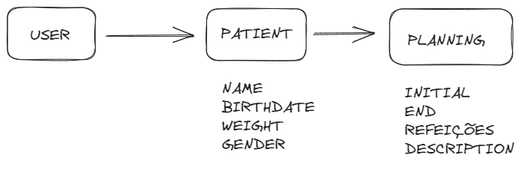
Before: draw.excalidraw.png, a diagram exported from Excalidraw (vitorrsousaa/nutri-api). Source tidied: one line per element, renumbered; positions are measured from the earlier drawing's top-left corner, leaving out a move shared by most shapes. Its diagram source:
```json
{"id": 0, "type": "rectangle", "strokeColor": "#1e1e1e", "strokeWidth": 1, "roughness": 1, "round": true, "x": 0, "y": 0, "width": 118, "height": 70}
{"id": 1, "type": "text", "text": "USER", "strokeColor": "#1e1e1e", "strokeWidth": 1, "roughness": 1, "fontSize": 20, "fontFamily": 1, "x": 30, "y": 26, "width": 53, "height": 25}
{"id": 2, "type": "arrow", "strokeColor": "#1e1e1e", "strokeWidth": 1, "roughness": 1, "endArrowhead": "arrow", "round": true, "from": 0, "x": 132, "y": 38, "width": 118, "height": 1, "points": [[0, 0], [118, 1]]}
{"id": 3, "type": "rectangle", "strokeColor": "#1e1e1e", "strokeWidth": 1, "roughness": 1, "round": true, "x": 266, "y": 2, "width": 133, "height": 69}
{"id": 4, "type": "text", "text": "PATIENT", "strokeColor": "#1e1e1e", "strokeWidth": 1, "roughness": 1, "fontSize": 20, "fontFamily": 1, "x": 286, "y": 24, "width": 96, "height": 25}
{"id": 5, "type": "rectangle", "strokeColor": "#1e1e1e", "strokeWidth": 1, "roughness": 1, "round": true, "x": 511, "y": 2, "width": 164, "height": 75}
{"id": 6, "type": "text", "text": "PLANNING", "strokeColor": "#1e1e1e", "strokeWidth": 1, "roughness": 1, "fontSize": 20, "fontFamily": 1, "x": 535, "y": 33, "width": 104, "height": 25}
{"id": 7, "type": "arrow", "strokeColor": "#1e1e1e", "strokeWidth": 1, "roughness": 1, "endArrowhead": "arrow", "round": true, "from": 3, "x": 410, "y": 35, "width": 80, "height": 2, "points": [[0, 0], [80, -2]]}
{"id": 8, "type": "text", "text": "NAME\nBIRTHDATE\nWEIGHT\nGENDER\n", "strokeColor": "#1e1e1e", "strokeWidth": 1, "roughness": 1, "fontSize": 20, "fontFamily": 1, "x": 287, "y": 97, "width": 124, "height": 125}
{"id": 9, "type": "text", "text": "INITIAL\nEND\nREFEIÇÕES\nDESCRIPTION\n", "strokeColor": "#1e1e1e", "strokeWidth": 1, "roughness": 1, "fontSize": 20, "fontFamily": 1, "x": 532, "y": 103, "width": 146, "height": 125}
```
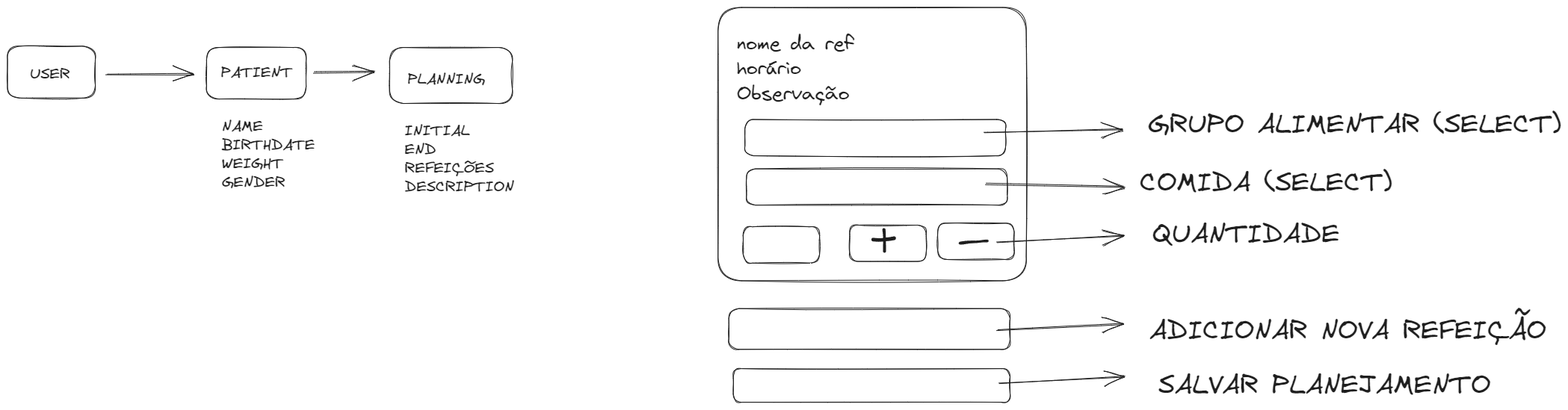
Later version of the same file.

Diff of the diagram source:
```diff
@@ -8,3 +8,25 @@
 {"id": 7, "type": "arrow", "strokeColor": "#1e1e1e", "strokeWidth": 1, "roughness": 1, "endArrowhead": "arrow", "round": true, "from": 3, "x": 410, "y": 35, "width": 80, "height": 2, "points": [[0, 0], [80, -2]]}
 {"id": 8, "type": "text", "text": "NAME\nBIRTHDATE\nWEIGHT\nGENDER\n", "strokeColor": "#1e1e1e", "strokeWidth": 1, "roughness": 1, "fontSize": 20, "fontFamily": 1, "x": 287, "y": 97, "width": 124, "height": 125}
 {"id": 9, "type": "text", "text": "INITIAL\nEND\nREFEIÇÕES\nDESCRIPTION\n", "strokeColor": "#1e1e1e", "strokeWidth": 1, "roughness": 1, "fontSize": 20, "fontFamily": 1, "x": 532, "y": 103, "width": 146, "height": 125}
+{"id": 10, "type": "rectangle", "strokeColor": "#1e1e1e", "strokeWidth": 1, "roughness": 1, "round": true, "x": 951, "y": -52, "width": 412, "height": 366}
+{"id": 11, "type": "text", "text": "nome da ref\nhorário\nObservação", "strokeColor": "#1e1e1e", "strokeWidth": 1, "roughness": 1, "fontSize": 26.56, "fontFamily": 1, "x": 976, "y": -18, "width": 157, "height": 100}
+{"id": 12, "type": "rectangle", "strokeColor": "#1e1e1e", "strokeWidth": 1, "roughness": 1, "round": true, "x": 987, "y": 98, "width": 349, "height": 49}
+{"id": 13, "type": "rectangle", "strokeColor": "#1e1e1e", "strokeWidth": 1, "roughness": 1, "round": true, "x": 989, "y": 164, "width": 349, "height": 49}
+{"id": 14, "type": "rectangle", "strokeColor": "#1e1e1e", "strokeWidth": 1, "roughness": 1, "round": true, "x": 984, "y": 242, "width": 102, "height": 49}
+{"id": 15, "type": "rectangle", "strokeColor": "#1e1e1e", "strokeWidth": 1, "roughness": 1, "round": true, "x": 1127, "y": 240, "width": 102, "height": 49}
+{"id": 16, "type": "rectangle", "strokeColor": "#1e1e1e", "strokeWidth": 1, "roughness": 1, "round": true, "x": 1245, "y": 237, "width": 102, "height": 49}
+{"id": 17, "type": "freedraw", "strokeColor": "#1e1e1e", "strokeWidth": 1, "roughness": 1, "x": 1158, "y": 259, "width": 28, "height": 2, "points": [[0, 0], [1, 1], [2, 1], [6, 1], [7, 1], [12, 1], [14, 1], [16, -1], [18, -1], [21, -1], [24, -1], [26, -2], [27, -2], [28, -2], [28, -2]]}
+{"id": 18, "type": "freedraw", "strokeColor": "#1e1e1e", "strokeWidth": 1, "roughness": 1, "x": 1173, "y": 246, "width": 1, "height": 29, "points": [[0, 0], [1, 1], [1, 2], [1, 4], [1, 8], [1, 11], [1, 15], [1, 19], [1, 21], [1, 25], [1, 28], [1, 29], [1, 29]]}
+{"id": 19, "type": "freedraw", "strokeColor": "#1e1e1e", "strokeWidth": 1, "roughness": 1, "x": 1275, "y": 264, "width": 37, "height": 4, "points": [[0, 0], [1, 1], [2, 1], [4, -1], [7, -1], [12, -2], [16, -2], [22, -2], [27, -2], [32, -3], [33, -3], [36, -3], [37, -3], [37, -3]]}
+{"id": 20, "type": "rectangle", "strokeColor": "#1e1e1e", "strokeWidth": 1, "roughness": 1, "round": true, "x": 965, "y": 351, "width": 376, "height": 55}
+{"id": 21, "type": "rectangle", "strokeColor": "#1e1e1e", "strokeWidth": 1, "roughness": 1, "round": true, "x": 971, "y": 432, "width": 370, "height": 45}
+{"id": 22, "type": "arrow", "strokeColor": "#1e1e1e", "strokeWidth": 1, "roughness": 1, "endArrowhead": "arrow", "round": true, "x": 1306, "y": 115, "width": 186, "height": 4, "points": [[0, 0], [186, -4]]}
+{"id": 23, "type": "arrow", "strokeColor": "#1e1e1e", "strokeWidth": 1, "roughness": 1, "endArrowhead": "arrow", "round": true, "x": 1308, "y": 185, "width": 186, "height": 3, "points": [[0, 0], [186, 3]]}
+{"id": 24, "type": "arrow", "strokeColor": "#1e1e1e", "strokeWidth": 1, "roughness": 1, "endArrowhead": "arrow", "round": true, "x": 1324, "y": 263, "width": 169, "height": 9, "points": [[0, 0], [169, -9]]}
+{"id": 25, "type": "arrow", "strokeColor": "#1e1e1e", "strokeWidth": 1, "roughness": 1, "endArrowhead": "arrow", "round": true, "x": 1324, "y": 381, "width": 169, "height": 9, "points": [[0, 0], [169, -9]]}
+{"id": 26, "type": "arrow", "strokeColor": "#1e1e1e", "strokeWidth": 1, "roughness": 1, "endArrowhead": "arrow", "round": true, "x": 1326, "y": 451, "width": 169, "height": 9, "points": [[0, 0], [169, -9]]}
+{"id": 27, "type": "text", "text": "GRUPO ALIMENTAR (SELECT)", "strokeColor": "#1e1e1e", "strokeWidth": 1, "roughness": 1, "fontSize": 36, "fontFamily": 1, "x": 1526, "y": 84, "width": 552, "height": 45}
+{"id": 28, "type": "text", "text": "COMIDA (SELECT)", "strokeColor": "#1e1e1e", "strokeWidth": 1, "roughness": 1, "fontSize": 36, "fontFamily": 1, "x": 1515, "y": 162, "width": 337, "height": 45}
+{"id": 29, "type": "text", "text": "QUANTIDADE", "strokeColor": "#1e1e1e", "strokeWidth": 1, "roughness": 1, "fontSize": 36, "fontFamily": 1, "x": 1532, "y": 231, "width": 250, "height": 45}
+{"id": 30, "type": "text", "text": "ADICIONAR NOVA REFEIÇÃO", "strokeColor": "#1e1e1e", "strokeWidth": 1, "roughness": 1, "fontSize": 36, "fontFamily": 1, "x": 1528, "y": 360, "width": 531, "height": 45}
+{"id": 31, "type": "text", "text": "SALVAR PLANEJAMENTO", "strokeColor": "#1e1e1e", "strokeWidth": 1, "roughness": 1, "fontSize": 36, "fontFamily": 1, "x": 1540, "y": 433, "width": 445, "height": 45}
```
